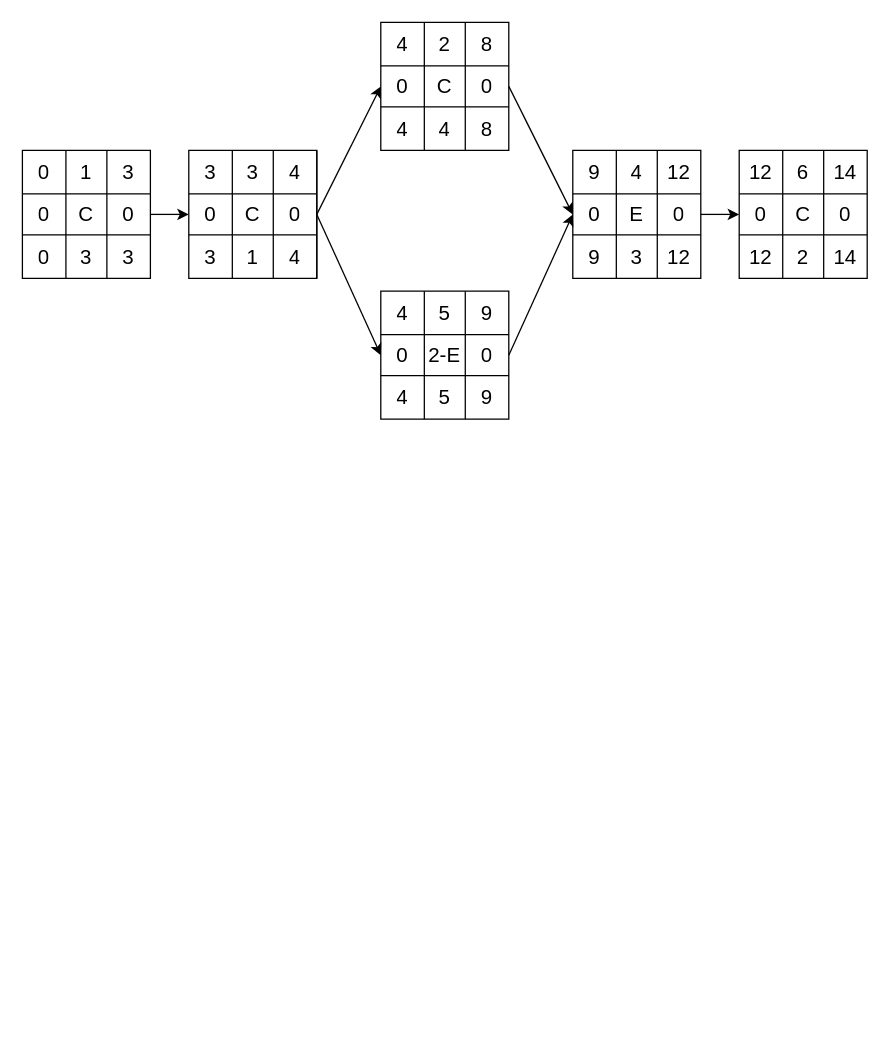
Earlier version of the draw.io diagram tuto3wix2002q1.drawio (justn0thinghere/drawio). Source tidied: cells renumbered, new cells numbered last; positions are measured from the earlier drawing's top-left corner, leaving out a move shared by most shapes. Both pictures are drawn from the tidied source at 128%, with x=0, y=0 at pixel (22, 22).
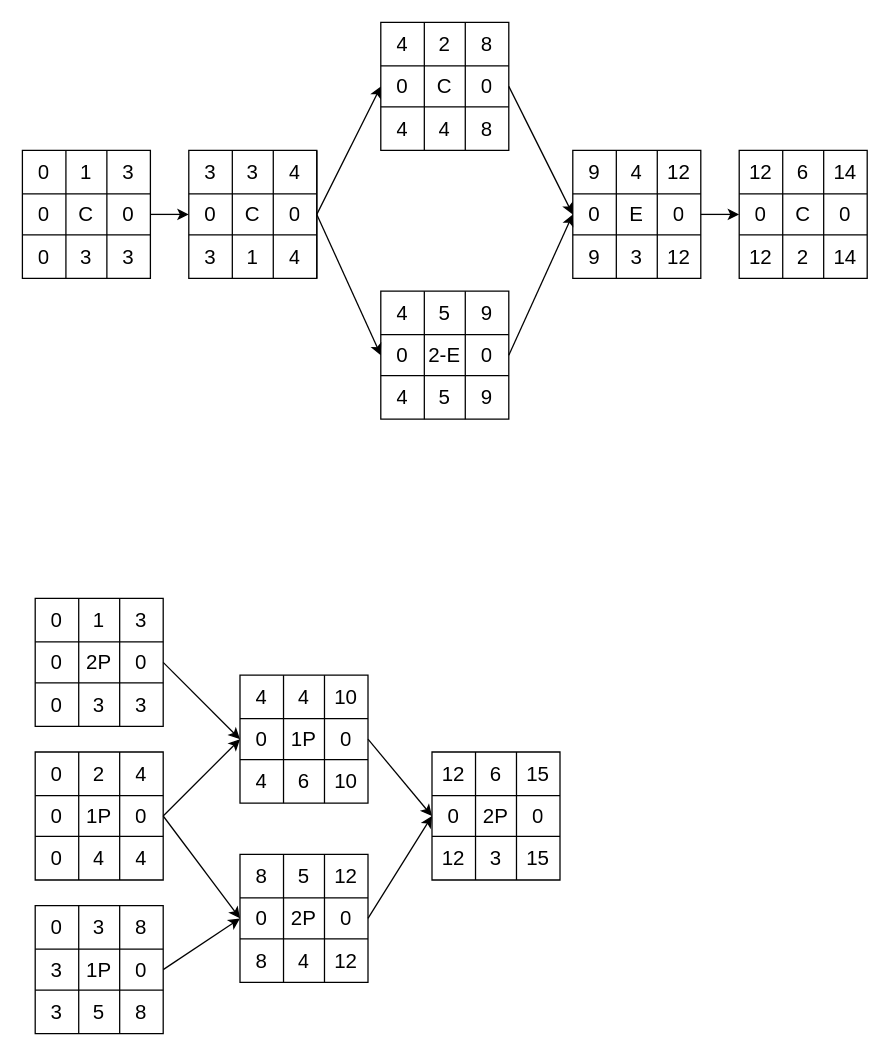
After the change.

The edit, as a diff of the source:
```diff
@@
+    <mxCell id="87" style="shape=table;startSize=0;childLayout=tableLayout;fontSize=16;" parent="1" vertex="1">
+      <mxGeometry x="10" y="450" width="100" height="100" as="geometry" />
+    </mxCell>
+    <mxCell id="88" style="shape=tableRow;horizontal=0;startSize=0;swimlaneHead=0;swimlaneBody=0;strokeColor=inherit;top=0;left=0;bottom=0;right=0;fillColor=none;fontSize=16;" parent="87" vertex="1">
+      <mxGeometry width="100" height="34" as="geometry" />
+    </mxCell>
+    <mxCell id="89" value="0" style="shape=partialRectangle;html=1;whiteSpace=wrap;strokeColor=inherit;overflow=hidden;fillColor=none;top=0;left=0;bottom=0;right=0;fontSize=16;" parent="88" vertex="1">
+      <mxGeometry width="34" height="34" as="geometry" />
+    </mxCell>
+    <mxCell id="90" value="1" style="shape=partialRectangle;html=1;whiteSpace=wrap;strokeColor=inherit;overflow=hidden;fillColor=none;top=0;left=0;bottom=0;right=0;fontSize=16;" parent="88" vertex="1">
+      <mxGeometry x="34" width="32" height="34" as="geometry" />
+    </mxCell>
+    <mxCell id="91" value="3" style="shape=partialRectangle;html=1;whiteSpace=wrap;strokeColor=inherit;overflow=hidden;fillColor=none;top=0;left=0;bottom=0;right=0;fontSize=16;" parent="88" vertex="1">
+      <mxGeometry x="66" width="34" height="34" as="geometry" />
+    </mxCell>
+    <mxCell id="92" style="shape=tableRow;horizontal=0;startSize=0;swimlaneHead=0;swimlaneBody=0;strokeColor=inherit;top=0;left=0;bottom=0;right=0;fillColor=none;points=[[0,0.5],[1,0.5]];portConstraint=eastwest;fontSize=16;" parent="87" vertex="1">
+      <mxGeometry y="34" width="100" height="32" as="geometry" />
+    </mxCell>
+    <mxCell id="93" value="0" style="shape=partialRectangle;html=1;whiteSpace=wrap;strokeColor=inherit;overflow=hidden;fillColor=none;top=0;left=0;bottom=0;right=0;fontSize=16;" parent="92" vertex="1">
+      <mxGeometry width="34" height="32" as="geometry" />
+    </mxCell>
+    <mxCell id="94" value="2P" style="shape=partialRectangle;html=1;whiteSpace=wrap;strokeColor=inherit;overflow=hidden;fillColor=none;top=0;left=0;bottom=0;right=0;fontSize=16;" parent="92" vertex="1">
+      <mxGeometry x="34" width="32" height="32" as="geometry" />
+    </mxCell>
+    <mxCell id="95" value="0" style="shape=partialRectangle;html=1;whiteSpace=wrap;strokeColor=inherit;overflow=hidden;fillColor=none;top=0;left=0;bottom=0;right=0;fontSize=16;" parent="92" vertex="1">
+      <mxGeometry x="66" width="34" height="32" as="geometry" />
+    </mxCell>
+    <mxCell id="96" style="shape=tableRow;horizontal=0;startSize=0;swimlaneHead=0;swimlaneBody=0;strokeColor=inherit;top=0;left=0;bottom=0;right=0;fillColor=none;fontSize=16;" parent="87" vertex="1">
+      <mxGeometry y="66" width="100" height="34" as="geometry" />
+    </mxCell>
+    <mxCell id="97" value="0" style="shape=partialRectangle;html=1;whiteSpace=wrap;strokeColor=inherit;overflow=hidden;fillColor=none;top=0;left=0;bottom=0;right=0;fontSize=16;" parent="96" vertex="1">
+      <mxGeometry width="34" height="34" as="geometry" />
+    </mxCell>
+    <mxCell id="98" value="3" style="shape=partialRectangle;html=1;whiteSpace=wrap;strokeColor=inherit;overflow=hidden;fillColor=none;top=0;left=0;bottom=0;right=0;fontSize=16;" parent="96" vertex="1">
+      <mxGeometry x="34" width="32" height="34" as="geometry" />
+    </mxCell>
+    <mxCell id="99" value="3" style="shape=partialRectangle;html=1;whiteSpace=wrap;strokeColor=inherit;overflow=hidden;fillColor=none;top=0;left=0;bottom=0;right=0;fontSize=16;" parent="96" vertex="1">
+      <mxGeometry x="66" width="34" height="34" as="geometry" />
+    </mxCell>
+    <mxCell id="100" style="shape=table;startSize=0;childLayout=tableLayout;fontSize=16;" parent="1" vertex="1">
+      <mxGeometry x="10" y="570" width="100" height="100" as="geometry" />
+    </mxCell>
+    <mxCell id="101" style="shape=tableRow;horizontal=0;startSize=0;swimlaneHead=0;swimlaneBody=0;strokeColor=inherit;top=0;left=0;bottom=0;right=0;fillColor=none;fontSize=16;" parent="100" vertex="1">
+      <mxGeometry width="100" height="34" as="geometry" />
+    </mxCell>
+    <mxCell id="102" value="0" style="shape=partialRectangle;html=1;whiteSpace=wrap;strokeColor=inherit;overflow=hidden;fillColor=none;top=0;left=0;bottom=0;right=0;fontSize=16;" parent="101" vertex="1">
+      <mxGeometry width="34" height="34" as="geometry" />
+    </mxCell>
+    <mxCell id="103" value="2" style="shape=partialRectangle;html=1;whiteSpace=wrap;strokeColor=inherit;overflow=hidden;fillColor=none;top=0;left=0;bottom=0;right=0;fontSize=16;" parent="101" vertex="1">
+      <mxGeometry x="34" width="32" height="34" as="geometry" />
+    </mxCell>
+    <mxCell id="104" value="4" style="shape=partialRectangle;html=1;whiteSpace=wrap;strokeColor=inherit;overflow=hidden;fillColor=none;top=0;left=0;bottom=0;right=0;fontSize=16;" parent="101" vertex="1">
+      <mxGeometry x="66" width="34" height="34" as="geometry" />
+    </mxCell>
+    <mxCell id="105" style="shape=tableRow;horizontal=0;startSize=0;swimlaneHead=0;swimlaneBody=0;strokeColor=inherit;top=0;left=0;bottom=0;right=0;fillColor=none;points=[[0,0.5],[1,0.5]];portConstraint=eastwest;fontSize=16;" parent="100" vertex="1">
+      <mxGeometry y="34" width="100" height="32" as="geometry" />
+    </mxCell>
+    <mxCell id="106" value="0" style="shape=partialRectangle;html=1;whiteSpace=wrap;strokeColor=inherit;overflow=hidden;fillColor=none;top=0;left=0;bottom=0;right=0;fontSize=16;" parent="105" vertex="1">
+      <mxGeometry width="34" height="32" as="geometry" />
+    </mxCell>
+    <mxCell id="107" value="1P" style="shape=partialRectangle;html=1;whiteSpace=wrap;strokeColor=inherit;overflow=hidden;fillColor=none;top=0;left=0;bottom=0;right=0;fontSize=16;" parent="105" vertex="1">
+      <mxGeometry x="34" width="32" height="32" as="geometry" />
+    </mxCell>
+    <mxCell id="108" value="0" style="shape=partialRectangle;html=1;whiteSpace=wrap;strokeColor=inherit;overflow=hidden;fillColor=none;top=0;left=0;bottom=0;right=0;fontSize=16;" parent="105" vertex="1">
+      <mxGeometry x="66" width="34" height="32" as="geometry" />
+    </mxCell>
+    <mxCell id="109" style="shape=tableRow;horizontal=0;startSize=0;swimlaneHead=0;swimlaneBody=0;strokeColor=inherit;top=0;left=0;bottom=0;right=0;fillColor=none;fontSize=16;" parent="100" vertex="1">
+      <mxGeometry y="66" width="100" height="34" as="geometry" />
+    </mxCell>
+    <mxCell id="110" value="0" style="shape=partialRectangle;html=1;whiteSpace=wrap;strokeColor=inherit;overflow=hidden;fillColor=none;top=0;left=0;bottom=0;right=0;fontSize=16;" parent="109" vertex="1">
+      <mxGeometry width="34" height="34" as="geometry" />
+    </mxCell>
+    <mxCell id="111" value="4" style="shape=partialRectangle;html=1;whiteSpace=wrap;strokeColor=inherit;overflow=hidden;fillColor=none;top=0;left=0;bottom=0;right=0;fontSize=16;" parent="109" vertex="1">
+      <mxGeometry x="34" width="32" height="34" as="geometry" />
+    </mxCell>
+    <mxCell id="112" value="4" style="shape=partialRectangle;html=1;whiteSpace=wrap;strokeColor=inherit;overflow=hidden;fillColor=none;top=0;left=0;bottom=0;right=0;fontSize=16;" parent="109" vertex="1">
+      <mxGeometry x="66" width="34" height="34" as="geometry" />
+    </mxCell>
+    <mxCell id="113" style="shape=table;startSize=0;childLayout=tableLayout;fontSize=16;" parent="1" vertex="1">
+      <mxGeometry x="10" y="690" width="100" height="100" as="geometry" />
+    </mxCell>
+    <mxCell id="114" style="shape=tableRow;horizontal=0;startSize=0;swimlaneHead=0;swimlaneBody=0;strokeColor=inherit;top=0;left=0;bottom=0;right=0;fillColor=none;fontSize=16;" parent="113" vertex="1">
+      <mxGeometry width="100" height="34" as="geometry" />
+    </mxCell>
+    <mxCell id="115" value="0" style="shape=partialRectangle;html=1;whiteSpace=wrap;strokeColor=inherit;overflow=hidden;fillColor=none;top=0;left=0;bottom=0;right=0;fontSize=16;" parent="114" vertex="1">
+      <mxGeometry width="34" height="34" as="geometry" />
+    </mxCell>
+    <mxCell id="116" value="3" style="shape=partialRectangle;html=1;whiteSpace=wrap;strokeColor=inherit;overflow=hidden;fillColor=none;top=0;left=0;bottom=0;right=0;fontSize=16;" parent="114" vertex="1">
+      <mxGeometry x="34" width="32" height="34" as="geometry" />
+    </mxCell>
+    <mxCell id="117" value="8" style="shape=partialRectangle;html=1;whiteSpace=wrap;strokeColor=inherit;overflow=hidden;fillColor=none;top=0;left=0;bottom=0;right=0;fontSize=16;" parent="114" vertex="1">
+      <mxGeometry x="66" width="34" height="34" as="geometry" />
+    </mxCell>
+    <mxCell id="118" style="shape=tableRow;horizontal=0;startSize=0;swimlaneHead=0;swimlaneBody=0;strokeColor=inherit;top=0;left=0;bottom=0;right=0;fillColor=none;points=[[0,0.5],[1,0.5]];portConstraint=eastwest;fontSize=16;" parent="113" vertex="1">
+      <mxGeometry y="34" width="100" height="32" as="geometry" />
+    </mxCell>
+    <mxCell id="119" value="3" style="shape=partialRectangle;html=1;whiteSpace=wrap;strokeColor=inherit;overflow=hidden;fillColor=none;top=0;left=0;bottom=0;right=0;fontSize=16;" parent="118" vertex="1">
+      <mxGeometry width="34" height="32" as="geometry" />
+    </mxCell>
+    <mxCell id="120" value="1P" style="shape=partialRectangle;html=1;whiteSpace=wrap;strokeColor=inherit;overflow=hidden;fillColor=none;top=0;left=0;bottom=0;right=0;fontSize=16;" parent="118" vertex="1">
+      <mxGeometry x="34" width="32" height="32" as="geometry" />
+    </mxCell>
+    <mxCell id="121" value="0" style="shape=partialRectangle;html=1;whiteSpace=wrap;strokeColor=inherit;overflow=hidden;fillColor=none;top=0;left=0;bottom=0;right=0;fontSize=16;" parent="118" vertex="1">
+      <mxGeometry x="66" width="34" height="32" as="geometry" />
+    </mxCell>
+    <mxCell id="122" style="shape=tableRow;horizontal=0;startSize=0;swimlaneHead=0;swimlaneBody=0;strokeColor=inherit;top=0;left=0;bottom=0;right=0;fillColor=none;fontSize=16;" parent="113" vertex="1">
+      <mxGeometry y="66" width="100" height="34" as="geometry" />
+    </mxCell>
+    <mxCell id="123" value="3" style="shape=partialRectangle;html=1;whiteSpace=wrap;strokeColor=inherit;overflow=hidden;fillColor=none;top=0;left=0;bottom=0;right=0;fontSize=16;" parent="122" vertex="1">
+      <mxGeometry width="34" height="34" as="geometry" />
+    </mxCell>
+    <mxCell id="124" value="5" style="shape=partialRectangle;html=1;whiteSpace=wrap;strokeColor=inherit;overflow=hidden;fillColor=none;top=0;left=0;bottom=0;right=0;fontSize=16;" parent="122" vertex="1">
+      <mxGeometry x="34" width="32" height="34" as="geometry" />
+    </mxCell>
+    <mxCell id="125" value="8" style="shape=partialRectangle;html=1;whiteSpace=wrap;strokeColor=inherit;overflow=hidden;fillColor=none;top=0;left=0;bottom=0;right=0;fontSize=16;" parent="122" vertex="1">
+      <mxGeometry x="66" width="34" height="34" as="geometry" />
+    </mxCell>
+    <mxCell id="126" style="shape=table;startSize=0;childLayout=tableLayout;fontSize=16;" parent="1" vertex="1">
+      <mxGeometry x="170" y="510" width="100" height="100" as="geometry" />
+    </mxCell>
+    <mxCell id="127" style="shape=tableRow;horizontal=0;startSize=0;swimlaneHead=0;swimlaneBody=0;strokeColor=inherit;top=0;left=0;bottom=0;right=0;fillColor=none;fontSize=16;" parent="126" vertex="1">
+      <mxGeometry width="100" height="34" as="geometry" />
+    </mxCell>
+    <mxCell id="128" value="4" style="shape=partialRectangle;html=1;whiteSpace=wrap;strokeColor=inherit;overflow=hidden;fillColor=none;top=0;left=0;bottom=0;right=0;fontSize=16;" parent="127" vertex="1">
+      <mxGeometry width="34" height="34" as="geometry" />
+    </mxCell>
+    <mxCell id="129" value="4" style="shape=partialRectangle;html=1;whiteSpace=wrap;strokeColor=inherit;overflow=hidden;fillColor=none;top=0;left=0;bottom=0;right=0;fontSize=16;" parent="127" vertex="1">
+      <mxGeometry x="34" width="32" height="34" as="geometry" />
+    </mxCell>
+    <mxCell id="130" value="10" style="shape=partialRectangle;html=1;whiteSpace=wrap;strokeColor=inherit;overflow=hidden;fillColor=none;top=0;left=0;bottom=0;right=0;fontSize=16;" parent="127" vertex="1">
+      <mxGeometry x="66" width="34" height="34" as="geometry" />
+    </mxCell>
+    <mxCell id="131" style="shape=tableRow;horizontal=0;startSize=0;swimlaneHead=0;swimlaneBody=0;strokeColor=inherit;top=0;left=0;bottom=0;right=0;fillColor=none;points=[[0,0.5],[1,0.5]];portConstraint=eastwest;fontSize=16;" parent="126" vertex="1">
+      <mxGeometry y="34" width="100" height="32" as="geometry" />
+    </mxCell>
+    <mxCell id="132" value="0" style="shape=partialRectangle;html=1;whiteSpace=wrap;strokeColor=inherit;overflow=hidden;fillColor=none;top=0;left=0;bottom=0;right=0;fontSize=16;" parent="131" vertex="1">
+      <mxGeometry width="34" height="32" as="geometry" />
+    </mxCell>
+    <mxCell id="133" value="1P" style="shape=partialRectangle;html=1;whiteSpace=wrap;strokeColor=inherit;overflow=hidden;fillColor=none;top=0;left=0;bottom=0;right=0;fontSize=16;" parent="131" vertex="1">
+      <mxGeometry x="34" width="32" height="32" as="geometry" />
+    </mxCell>
+    <mxCell id="134" value="0" style="shape=partialRectangle;html=1;whiteSpace=wrap;strokeColor=inherit;overflow=hidden;fillColor=none;top=0;left=0;bottom=0;right=0;fontSize=16;" parent="131" vertex="1">
+      <mxGeometry x="66" width="34" height="32" as="geometry" />
+    </mxCell>
+    <mxCell id="135" style="shape=tableRow;horizontal=0;startSize=0;swimlaneHead=0;swimlaneBody=0;strokeColor=inherit;top=0;left=0;bottom=0;right=0;fillColor=none;fontSize=16;" parent="126" vertex="1">
+      <mxGeometry y="66" width="100" height="34" as="geometry" />
+    </mxCell>
+    <mxCell id="136" value="4" style="shape=partialRectangle;html=1;whiteSpace=wrap;strokeColor=inherit;overflow=hidden;fillColor=none;top=0;left=0;bottom=0;right=0;fontSize=16;" parent="135" vertex="1">
+      <mxGeometry width="34" height="34" as="geometry" />
+    </mxCell>
+    <mxCell id="137" value="6" style="shape=partialRectangle;html=1;whiteSpace=wrap;strokeColor=inherit;overflow=hidden;fillColor=none;top=0;left=0;bottom=0;right=0;fontSize=16;" parent="135" vertex="1">
+      <mxGeometry x="34" width="32" height="34" as="geometry" />
+    </mxCell>
+    <mxCell id="138" value="10" style="shape=partialRectangle;html=1;whiteSpace=wrap;strokeColor=inherit;overflow=hidden;fillColor=none;top=0;left=0;bottom=0;right=0;fontSize=16;" parent="135" vertex="1">
+      <mxGeometry x="66" width="34" height="34" as="geometry" />
+    </mxCell>
+    <mxCell id="139" style="shape=table;startSize=0;childLayout=tableLayout;fontSize=16;" parent="1" vertex="1">
+      <mxGeometry x="170" y="650" width="100" height="100" as="geometry" />
+    </mxCell>
+    <mxCell id="140" style="shape=tableRow;horizontal=0;startSize=0;swimlaneHead=0;swimlaneBody=0;strokeColor=inherit;top=0;left=0;bottom=0;right=0;fillColor=none;fontSize=16;" parent="139" vertex="1">
+      <mxGeometry width="100" height="34" as="geometry" />
+    </mxCell>
+    <mxCell id="141" value="8" style="shape=partialRectangle;html=1;whiteSpace=wrap;strokeColor=inherit;overflow=hidden;fillColor=none;top=0;left=0;bottom=0;right=0;fontSize=16;" parent="140" vertex="1">
+      <mxGeometry width="34" height="34" as="geometry" />
+    </mxCell>
+    <mxCell id="142" value="5" style="shape=partialRectangle;html=1;whiteSpace=wrap;strokeColor=inherit;overflow=hidden;fillColor=none;top=0;left=0;bottom=0;right=0;fontSize=16;" parent="140" vertex="1">
+      <mxGeometry x="34" width="32" height="34" as="geometry" />
+    </mxCell>
+    <mxCell id="143" value="12" style="shape=partialRectangle;html=1;whiteSpace=wrap;strokeColor=inherit;overflow=hidden;fillColor=none;top=0;left=0;bottom=0;right=0;fontSize=16;" parent="140" vertex="1">
+      <mxGeometry x="66" width="34" height="34" as="geometry" />
+    </mxCell>
+    <mxCell id="144" style="shape=tableRow;horizontal=0;startSize=0;swimlaneHead=0;swimlaneBody=0;strokeColor=inherit;top=0;left=0;bottom=0;right=0;fillColor=none;points=[[0,0.5],[1,0.5]];portConstraint=eastwest;fontSize=16;" parent="139" vertex="1">
+      <mxGeometry y="34" width="100" height="32" as="geometry" />
+    </mxCell>
+    <mxCell id="145" value="0" style="shape=partialRectangle;html=1;whiteSpace=wrap;strokeColor=inherit;overflow=hidden;fillColor=none;top=0;left=0;bottom=0;right=0;fontSize=16;" parent="144" vertex="1">
+      <mxGeometry width="34" height="32" as="geometry" />
+    </mxCell>
+    <mxCell id="146" value="2P" style="shape=partialRectangle;html=1;whiteSpace=wrap;strokeColor=inherit;overflow=hidden;fillColor=none;top=0;left=0;bottom=0;right=0;fontSize=16;" parent="144" vertex="1">
+      <mxGeometry x="34" width="32" height="32" as="geometry" />
+    </mxCell>
+    <mxCell id="147" value="0" style="shape=partialRectangle;html=1;whiteSpace=wrap;strokeColor=inherit;overflow=hidden;fillColor=none;top=0;left=0;bottom=0;right=0;fontSize=16;" parent="144" vertex="1">
+      <mxGeometry x="66" width="34" height="32" as="geometry" />
+    </mxCell>
+    <mxCell id="148" style="shape=tableRow;horizontal=0;startSize=0;swimlaneHead=0;swimlaneBody=0;strokeColor=inherit;top=0;left=0;bottom=0;right=0;fillColor=none;fontSize=16;" parent="139" vertex="1">
+      <mxGeometry y="66" width="100" height="34" as="geometry" />
+    </mxCell>
+    <mxCell id="149" value="8" style="shape=partialRectangle;html=1;whiteSpace=wrap;strokeColor=inherit;overflow=hidden;fillColor=none;top=0;left=0;bottom=0;right=0;fontSize=16;" parent="148" vertex="1">
+      <mxGeometry width="34" height="34" as="geometry" />
+    </mxCell>
+    <mxCell id="150" value="4" style="shape=partialRectangle;html=1;whiteSpace=wrap;strokeColor=inherit;overflow=hidden;fillColor=none;top=0;left=0;bottom=0;right=0;fontSize=16;" parent="148" vertex="1">
+      <mxGeometry x="34" width="32" height="34" as="geometry" />
+    </mxCell>
+    <mxCell id="151" value="12" style="shape=partialRectangle;html=1;whiteSpace=wrap;strokeColor=inherit;overflow=hidden;fillColor=none;top=0;left=0;bottom=0;right=0;fontSize=16;" parent="148" vertex="1">
+      <mxGeometry x="66" width="34" height="34" as="geometry" />
+    </mxCell>
+    <mxCell id="152" style="shape=table;startSize=0;childLayout=tableLayout;fontSize=16;" parent="1" vertex="1">
+      <mxGeometry x="320" y="570" width="100" height="100" as="geometry" />
+    </mxCell>
+    <mxCell id="153" style="shape=tableRow;horizontal=0;startSize=0;swimlaneHead=0;swimlaneBody=0;strokeColor=inherit;top=0;left=0;bottom=0;right=0;fillColor=none;fontSize=16;" parent="152" vertex="1">
+      <mxGeometry width="100" height="34" as="geometry" />
+    </mxCell>
+    <mxCell id="154" value="12" style="shape=partialRectangle;html=1;whiteSpace=wrap;strokeColor=inherit;overflow=hidden;fillColor=none;top=0;left=0;bottom=0;right=0;fontSize=16;" parent="153" vertex="1">
+      <mxGeometry width="34" height="34" as="geometry" />
+    </mxCell>
+    <mxCell id="155" value="6" style="shape=partialRectangle;html=1;whiteSpace=wrap;strokeColor=inherit;overflow=hidden;fillColor=none;top=0;left=0;bottom=0;right=0;fontSize=16;" parent="153" vertex="1">
+      <mxGeometry x="34" width="32" height="34" as="geometry" />
+    </mxCell>
+    <mxCell id="156" value="15" style="shape=partialRectangle;html=1;whiteSpace=wrap;strokeColor=inherit;overflow=hidden;fillColor=none;top=0;left=0;bottom=0;right=0;fontSize=16;" parent="153" vertex="1">
+      <mxGeometry x="66" width="34" height="34" as="geometry" />
+    </mxCell>
+    <mxCell id="157" style="shape=tableRow;horizontal=0;startSize=0;swimlaneHead=0;swimlaneBody=0;strokeColor=inherit;top=0;left=0;bottom=0;right=0;fillColor=none;points=[[0,0.5],[1,0.5]];portConstraint=eastwest;fontSize=16;" parent="152" vertex="1">
+      <mxGeometry y="34" width="100" height="32" as="geometry" />
+    </mxCell>
+    <mxCell id="158" value="0" style="shape=partialRectangle;html=1;whiteSpace=wrap;strokeColor=inherit;overflow=hidden;fillColor=none;top=0;left=0;bottom=0;right=0;fontSize=16;" parent="157" vertex="1">
+      <mxGeometry width="34" height="32" as="geometry" />
+    </mxCell>
+    <mxCell id="159" value="2P" style="shape=partialRectangle;html=1;whiteSpace=wrap;strokeColor=inherit;overflow=hidden;fillColor=none;top=0;left=0;bottom=0;right=0;fontSize=16;" parent="157" vertex="1">
+      <mxGeometry x="34" width="32" height="32" as="geometry" />
+    </mxCell>
+    <mxCell id="160" value="0" style="shape=partialRectangle;html=1;whiteSpace=wrap;strokeColor=inherit;overflow=hidden;fillColor=none;top=0;left=0;bottom=0;right=0;fontSize=16;" parent="157" vertex="1">
+      <mxGeometry x="66" width="34" height="32" as="geometry" />
+    </mxCell>
+    <mxCell id="161" style="shape=tableRow;horizontal=0;startSize=0;swimlaneHead=0;swimlaneBody=0;strokeColor=inherit;top=0;left=0;bottom=0;right=0;fillColor=none;fontSize=16;" parent="152" vertex="1">
+      <mxGeometry y="66" width="100" height="34" as="geometry" />
+    </mxCell>
+    <mxCell id="162" value="12" style="shape=partialRectangle;html=1;whiteSpace=wrap;strokeColor=inherit;overflow=hidden;fillColor=none;top=0;left=0;bottom=0;right=0;fontSize=16;" parent="161" vertex="1">
+      <mxGeometry width="34" height="34" as="geometry" />
+    </mxCell>
+    <mxCell id="163" value="3" style="shape=partialRectangle;html=1;whiteSpace=wrap;strokeColor=inherit;overflow=hidden;fillColor=none;top=0;left=0;bottom=0;right=0;fontSize=16;" parent="161" vertex="1">
+      <mxGeometry x="34" width="32" height="34" as="geometry" />
+    </mxCell>
+    <mxCell id="164" value="15" style="shape=partialRectangle;html=1;whiteSpace=wrap;strokeColor=inherit;overflow=hidden;fillColor=none;top=0;left=0;bottom=0;right=0;fontSize=16;" parent="161" vertex="1">
+      <mxGeometry x="66" width="34" height="34" as="geometry" />
+    </mxCell>
+    <mxCell id="165" style="endArrow=classic;html=1;rounded=0;entryX=0;entryY=0.5;entryDx=0;entryDy=0;exitX=1;exitY=0.5;exitDx=0;exitDy=0;" parent="1" edge="1" source="92" target="131">
+      <mxGeometry relative="1" as="geometry" />
+    </mxCell>
+    <mxCell id="166" style="endArrow=classic;html=1;rounded=0;entryX=0;entryY=0.5;entryDx=0;entryDy=0;exitX=1;exitY=0.5;exitDx=0;exitDy=0;" parent="1" edge="1" source="105" target="131">
+      <mxGeometry relative="1" as="geometry" />
+    </mxCell>
+    <mxCell id="167" style="endArrow=classic;html=1;rounded=0;exitX=1;exitY=0.5;exitDx=0;exitDy=0;entryX=0;entryY=0.5;entryDx=0;entryDy=0;" parent="1" edge="1" source="105" target="144">
+      <mxGeometry relative="1" as="geometry" />
+    </mxCell>
+    <mxCell id="168" style="endArrow=classic;html=1;rounded=0;exitX=1;exitY=0.5;exitDx=0;exitDy=0;" parent="1" edge="1" source="118">
+      <mxGeometry relative="1" as="geometry">
+        <mxPoint x="170" y="700" as="targetPoint" />
+      </mxGeometry>
+    </mxCell>
+    <mxCell id="169" style="endArrow=classic;html=1;rounded=0;entryX=0;entryY=0.5;entryDx=0;entryDy=0;exitX=1;exitY=0.5;exitDx=0;exitDy=0;" parent="1" edge="1" source="144" target="157">
+      <mxGeometry relative="1" as="geometry" />
+    </mxCell>
+    <mxCell id="170" style="endArrow=classic;html=1;rounded=0;entryX=0;entryY=0.5;entryDx=0;entryDy=0;exitX=1;exitY=0.5;exitDx=0;exitDy=0;" parent="1" edge="1" source="131" target="157">
+      <mxGeometry relative="1" as="geometry" />
+    </mxCell>
```
